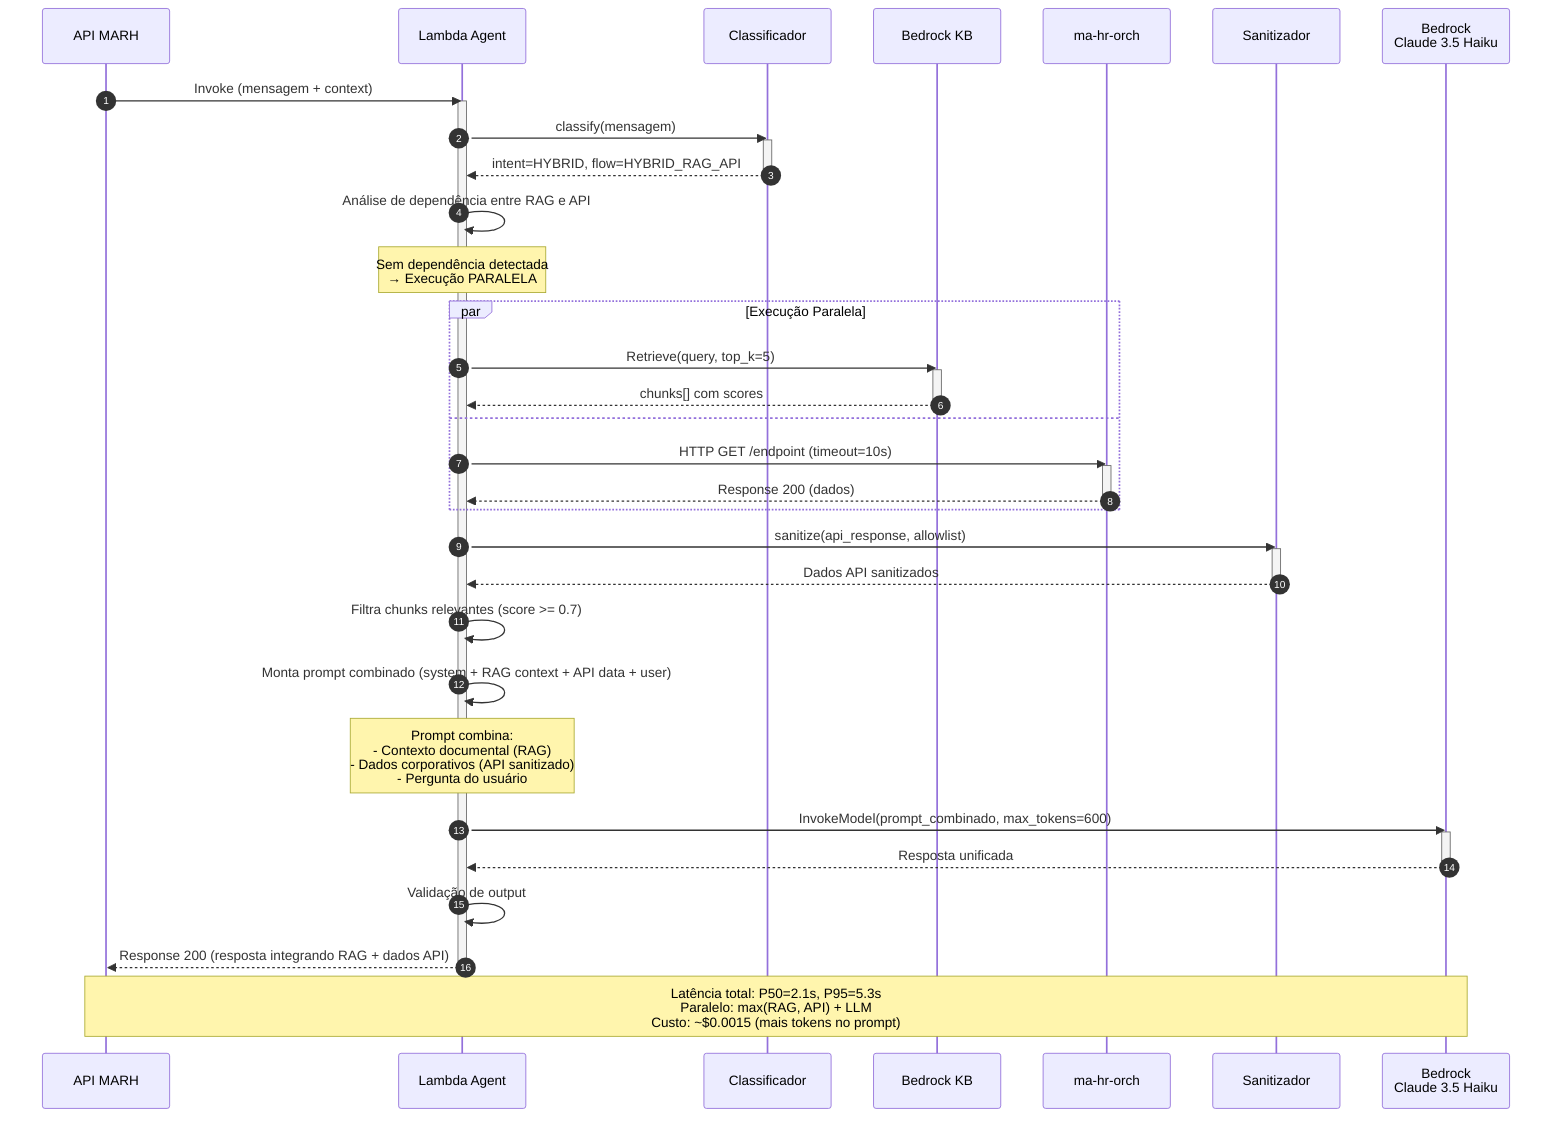
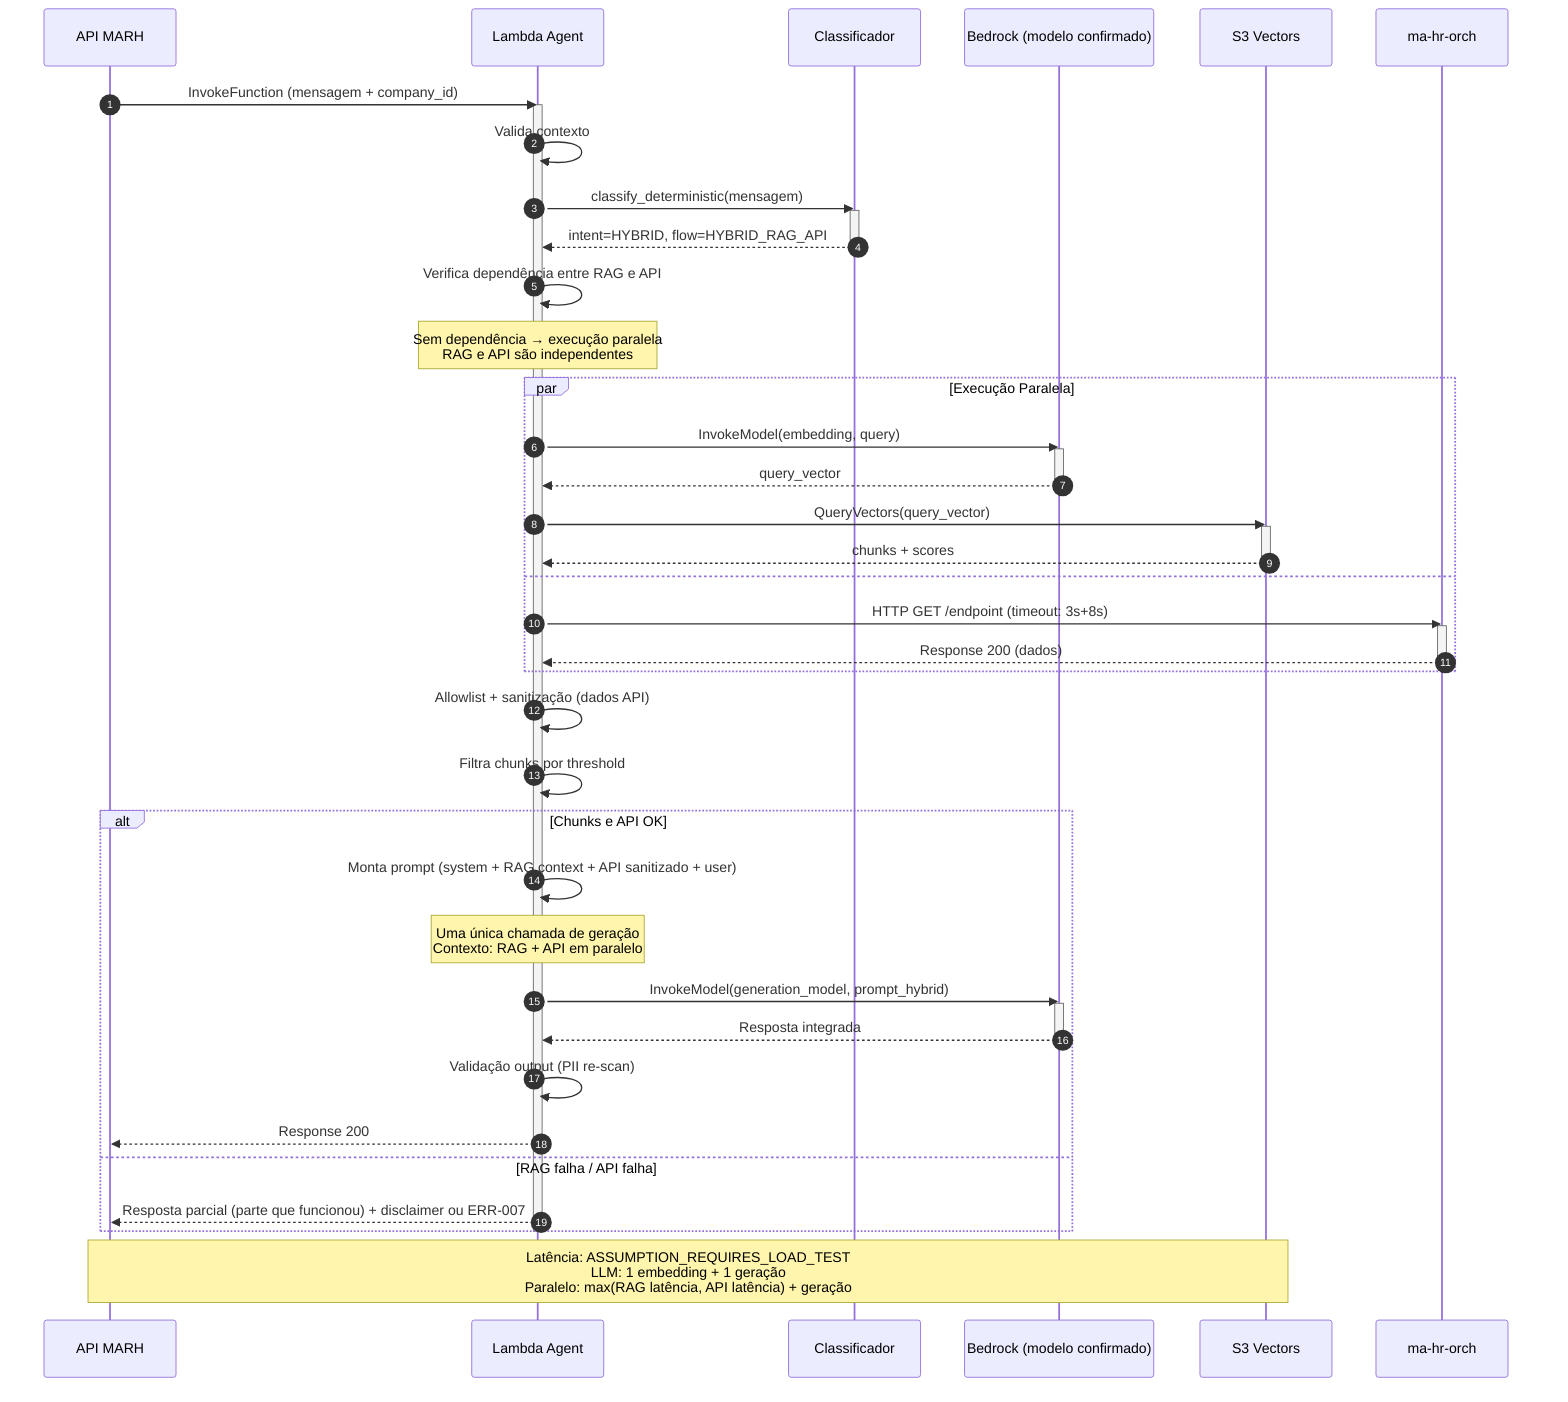
%% Sequence Diagram - HYBRID_RAG_API Flow
- %% Data: 2026-07-23
- %% Fluxo: HYBRID_RAG_API (paralelo quando sem dependência)
+ %% Data: 2026-07-23 (revisão corretiva)
+ %% Fluxo: HYBRID_RAG_API — somente para intenções catalogadas como híbridas
+ %% Nota: INT-013 usa RAG_ONLY (capacidade do agente) — não é híbrido
+ %% Modelo: PROPOSED_PENDING_ACCOUNT_VALIDATION

sequenceDiagram
    autonumber
    participant MARH as API MARH
    participant Lambda as Lambda Agent
    participant Classifier as Classificador
-     participant KB as Bedrock KB
+     participant Bedrock as Bedrock (modelo confirmado)
+     participant S3V as S3 Vectors
    participant Orch as ma-hr-orch
-     participant Sanitizer as Sanitizador
-     participant Bedrock as Bedrock<br/>Claude 3.5 Haiku

-     MARH->>Lambda: Invoke (mensagem + context)
+     MARH->>Lambda: InvokeFunction (mensagem + company_id)
    activate Lambda

-     Lambda->>Classifier: classify(mensagem)
+     Lambda->>Lambda: Valida contexto
+     Lambda->>Classifier: classify_deterministic(mensagem)
    activate Classifier
    Classifier-->>Lambda: intent=HYBRID, flow=HYBRID_RAG_API
    deactivate Classifier

-     Lambda->>Lambda: Análise de dependência entre RAG e API
+     Lambda->>Lambda: Verifica dependência entre RAG e API

-     Note over Lambda: Sem dependência detectada<br/>→ Execução PARALELA
+     Note over Lambda: Sem dependência → execução paralela<br/>RAG e API são independentes

    par Execução Paralela
-         Lambda->>KB: Retrieve(query, top_k=5)
-         activate KB
-         KB-->>Lambda: chunks[] com scores
-         deactivate KB
+         Lambda->>Bedrock: InvokeModel(embedding, query)
+         activate Bedrock
+         Bedrock-->>Lambda: query_vector
+         deactivate Bedrock
+         Lambda->>S3V: QueryVectors(query_vector)
+         activate S3V
+         S3V-->>Lambda: chunks + scores
+         deactivate S3V
    and
-         Lambda->>Orch: HTTP GET /endpoint (timeout=10s)
+         Lambda->>Orch: HTTP GET /endpoint (timeout: 3s+8s)
        activate Orch
        Orch-->>Lambda: Response 200 (dados)
        deactivate Orch
    end

-     Lambda->>Sanitizer: sanitize(api_response, allowlist)
-     activate Sanitizer
-     Sanitizer-->>Lambda: Dados API sanitizados
-     deactivate Sanitizer
+     Lambda->>Lambda: Allowlist + sanitização (dados API)
+     Lambda->>Lambda: Filtra chunks por threshold

-     Lambda->>Lambda: Filtra chunks relevantes (score >= 0.7)
-     Lambda->>Lambda: Monta prompt combinado (system + RAG context + API data + user)
+     alt Chunks e API OK
+         Lambda->>Lambda: Monta prompt (system + RAG context + API sanitizado + user)
+         Note over Lambda: Uma única chamada de geração<br/>Contexto: RAG + API em paralelo
+         Lambda->>Bedrock: InvokeModel(generation_model, prompt_hybrid)
+         activate Bedrock
+         Bedrock-->>Lambda: Resposta integrada
+         deactivate Bedrock
+         Lambda->>Lambda: Validação output (PII re-scan)
+         Lambda-->>MARH: Response 200
+     else RAG falha / API falha
+         Lambda-->>MARH: Resposta parcial (parte que funcionou) + disclaimer ou ERR-007
+     end

-     Note over Lambda: Prompt combina:<br/>- Contexto documental (RAG)<br/>- Dados corporativos (API sanitizado)<br/>- Pergunta do usuário
- 
-     Lambda->>Bedrock: InvokeModel(prompt_combinado, max_tokens=600)
-     activate Bedrock
-     Bedrock-->>Lambda: Resposta unificada
-     deactivate Bedrock
- 
-     Lambda->>Lambda: Validação de output
-     Lambda-->>MARH: Response 200 (resposta integrando RAG + dados API)
    deactivate Lambda

-     Note over MARH,Bedrock: Latência total: P50=2.1s, P95=5.3s<br/>Paralelo: max(RAG, API) + LLM<br/>Custo: ~$0.0015 (mais tokens no prompt)
+     Note over MARH,S3V: Latência: ASSUMPTION_REQUIRES_LOAD_TEST<br/>LLM: 1 embedding + 1 geração<br/>Paralelo: max(RAG latência, API latência) + geração
